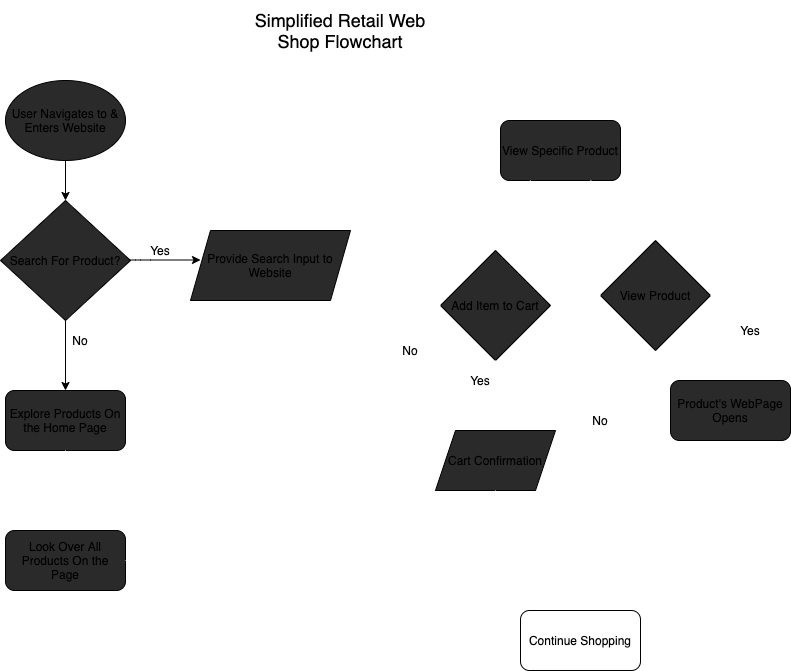
Earlier version of the draw.io export part2/part2.drawio.png (aksharans/sp21-cse110-lab4). Source tidied: cells renumbered, new cells last; positions are measured from the earlier drawing's top-left corner, leaving out a move shared by most shapes. Its diagram source:
```xml
<mxGraphModel>
  <root>
    <mxCell id="0" />
    <mxCell id="1" parent="0" />
    <mxCell id="2" value="&lt;font style=&quot;font-size: 18px&quot;&gt;Simplified Retail Web Shop Flowchart&lt;/font&gt;" style="text;html=1;strokeColor=none;fillColor=none;align=center;verticalAlign=middle;whiteSpace=wrap;rounded=0;" parent="1" vertex="1">
      <mxGeometry x="250" width="180" height="60" as="geometry" />
    </mxCell>
    <mxCell id="3" value="User Navigates to &amp;amp; Enters Website" style="ellipse;whiteSpace=wrap;html=1;fillColor=#2A2A2A;" parent="1" vertex="1">
      <mxGeometry x="5" y="80" width="120" height="80" as="geometry" />
    </mxCell>
    <mxCell id="4" value="Search For Product?" style="rhombus;whiteSpace=wrap;html=1;fillColor=#2A2A2A;" parent="1" vertex="1">
      <mxGeometry y="200" width="130" height="120" as="geometry" />
    </mxCell>
    <mxCell id="5" style="endArrow=classic;html=1;" parent="1" edge="1">
      <mxGeometry relative="1" as="geometry">
        <mxPoint x="130" y="259.5" as="sourcePoint" />
        <mxPoint x="200" y="259.5" as="targetPoint" />
        <Array as="points">
          <mxPoint x="140" y="259.5" />
        </Array>
      </mxGeometry>
    </mxCell>
    <mxCell id="6" style="endArrow=classic;html=1;exitX=0.5;exitY=1;exitDx=0;exitDy=0;" parent="1" edge="1" source="3" target="4">
      <mxGeometry relative="1" as="geometry" />
    </mxCell>
    <mxCell id="7" style="endArrow=classic;html=1;exitX=0.5;exitY=1;exitDx=0;exitDy=0;entryX=0.5;entryY=0;entryDx=0;entryDy=0;" parent="1" edge="1" source="4" target="12">
      <mxGeometry relative="1" as="geometry" />
    </mxCell>
    <mxCell id="8" value="Yes" style="text;html=1;strokeColor=none;fillColor=none;align=center;verticalAlign=middle;whiteSpace=wrap;rounded=0;" parent="1" vertex="1">
      <mxGeometry x="140" y="240" width="40" height="20" as="geometry" />
    </mxCell>
    <mxCell id="9" value="No" style="text;html=1;strokeColor=none;fillColor=none;align=center;verticalAlign=middle;whiteSpace=wrap;rounded=0;" parent="1" vertex="1">
      <mxGeometry x="60" y="330" width="40" height="20" as="geometry" />
    </mxCell>
    <mxCell id="10" style="endArrow=classic;html=1;entryX=1;entryY=0;entryDx=0;entryDy=0;exitX=0.5;exitY=1;exitDx=0;exitDy=0;strokeColor=#FFFFFF;" parent="1" edge="1" source="13" target="11">
      <mxGeometry relative="1" as="geometry" />
    </mxCell>
    <mxCell id="11" value="Look Over All Products On the Page" style="rounded=1;whiteSpace=wrap;html=1;fillColor=#2A2A2A;" parent="1" vertex="1">
      <mxGeometry x="5" y="530" width="120" height="60" as="geometry" />
    </mxCell>
    <mxCell id="12" value="Explore Products On the Home Page" style="rounded=1;whiteSpace=wrap;html=1;fillColor=#2A2A2A;" parent="1" vertex="1">
      <mxGeometry x="5" y="390" width="120" height="60" as="geometry" />
    </mxCell>
    <mxCell id="13" value="&lt;span&gt;Provide Search Input to Website&lt;/span&gt;" style="shape=parallelogram;perimeter=parallelogramPerimeter;whiteSpace=wrap;html=1;fixedSize=1;fillColor=#2A2A2A;" parent="1" vertex="1">
      <mxGeometry x="190" y="230" width="160" height="70" as="geometry" />
    </mxCell>
    <mxCell id="14" style="endArrow=classic;html=1;strokeColor=#FFFFFF;exitX=0.5;exitY=1;exitDx=0;exitDy=0;entryX=0.5;entryY=0;entryDx=0;entryDy=0;" parent="1" edge="1" source="12" target="11">
      <mxGeometry relative="1" as="geometry" />
    </mxCell>
    <mxCell id="15" style="endArrow=classic;html=1;strokeColor=#FFFFFF;exitX=1;exitY=0.5;exitDx=0;exitDy=0;entryX=0;entryY=0.5;entryDx=0;entryDy=0;" parent="1" edge="1" source="11" target="16">
      <mxGeometry relative="1" as="geometry">
        <Array as="points">
          <mxPoint x="370" y="560" />
          <mxPoint x="370" y="150" />
        </Array>
      </mxGeometry>
    </mxCell>
    <mxCell id="16" value="View Specific Product" style="rounded=1;whiteSpace=wrap;html=1;fillColor=#2A2A2A;" parent="1" vertex="1">
      <mxGeometry x="500" y="120" width="120" height="60" as="geometry" />
    </mxCell>
    <mxCell id="17" value="Add Item to Cart" style="rhombus;whiteSpace=wrap;html=1;fillColor=#2A2A2A;" parent="1" vertex="1">
      <mxGeometry x="440" y="250" width="110" height="110" as="geometry" />
    </mxCell>
    <mxCell id="18" value="View Product" style="rhombus;whiteSpace=wrap;html=1;fillColor=#2A2A2A;" parent="1" vertex="1">
      <mxGeometry x="600" y="240" width="110" height="110" as="geometry" />
    </mxCell>
    <mxCell id="19" style="endArrow=classic;html=1;strokeColor=#FFFFFF;exitX=0.25;exitY=1;exitDx=0;exitDy=0;entryX=0.5;entryY=0;entryDx=0;entryDy=0;" parent="1" edge="1" source="16" target="17">
      <mxGeometry relative="1" as="geometry" />
    </mxCell>
    <mxCell id="20" style="endArrow=classic;html=1;strokeColor=#FFFFFF;entryX=0.5;entryY=0;entryDx=0;entryDy=0;exitX=0.75;exitY=1;exitDx=0;exitDy=0;" parent="1" edge="1" source="16" target="18">
      <mxGeometry relative="1" as="geometry" />
    </mxCell>
    <mxCell id="21" style="endArrow=classic;html=1;strokeColor=#FFFFFF;exitX=0.5;exitY=1;exitDx=0;exitDy=0;" parent="1" edge="1" source="17">
      <mxGeometry relative="1" as="geometry">
        <mxPoint x="495" y="430" as="targetPoint" />
      </mxGeometry>
    </mxCell>
    <mxCell id="22" value="No" style="text;html=1;strokeColor=none;fillColor=none;align=center;verticalAlign=middle;whiteSpace=wrap;rounded=0;" parent="1" vertex="1">
      <mxGeometry x="390" y="340" width="40" height="20" as="geometry" />
    </mxCell>
    <mxCell id="23" value="Yes" style="text;html=1;strokeColor=none;fillColor=none;align=center;verticalAlign=middle;whiteSpace=wrap;rounded=0;" parent="1" vertex="1">
      <mxGeometry x="460" y="370" width="40" height="20" as="geometry" />
    </mxCell>
    <mxCell id="24" value="Product's WebPage Opens" style="rounded=1;whiteSpace=wrap;html=1;fillColor=#2A2A2A;" parent="1" vertex="1">
      <mxGeometry x="670" y="380" width="120" height="60" as="geometry" />
    </mxCell>
    <mxCell id="25" style="endArrow=classic;html=1;strokeColor=#FFFFFF;exitX=1;exitY=0.5;exitDx=0;exitDy=0;entryX=0.5;entryY=0;entryDx=0;entryDy=0;" parent="1" edge="1" source="18" target="24">
      <mxGeometry relative="1" as="geometry">
        <Array as="points">
          <mxPoint x="730" y="295" />
        </Array>
      </mxGeometry>
    </mxCell>
    <mxCell id="26" value="Yes" style="text;html=1;strokeColor=none;fillColor=none;align=center;verticalAlign=middle;whiteSpace=wrap;rounded=0;" parent="1" vertex="1">
      <mxGeometry x="730" y="320" width="40" height="20" as="geometry" />
    </mxCell>
    <mxCell id="27" value="No" style="text;html=1;strokeColor=none;fillColor=none;align=center;verticalAlign=middle;whiteSpace=wrap;rounded=0;" parent="1" vertex="1">
      <mxGeometry x="580" y="410" width="40" height="20" as="geometry" />
    </mxCell>
    <mxCell id="28" style="endArrow=classic;html=1;strokeColor=#FFFFFF;exitX=0;exitY=0.5;exitDx=0;exitDy=0;" parent="1" edge="1" source="18" target="29">
      <mxGeometry relative="1" as="geometry">
        <Array as="points">
          <mxPoint x="580" y="295" />
        </Array>
      </mxGeometry>
    </mxCell>
    <mxCell id="29" value="Continue Shopping" style="rounded=1;whiteSpace=wrap;html=1;" parent="1" vertex="1">
      <mxGeometry x="520" y="610" width="120" height="60" as="geometry" />
    </mxCell>
    <mxCell id="30" value="Cart Confirmation" style="shape=parallelogram;perimeter=parallelogramPerimeter;whiteSpace=wrap;html=1;fixedSize=1;fillColor=#2A2A2A;" parent="1" vertex="1">
      <mxGeometry x="435" y="430" width="120" height="60" as="geometry" />
    </mxCell>
    <mxCell id="31" style="endArrow=classic;html=1;strokeColor=#FFFFFF;exitX=0;exitY=0.5;exitDx=0;exitDy=0;entryX=0;entryY=0.5;entryDx=0;entryDy=0;" parent="1" edge="1" source="17" target="29">
      <mxGeometry relative="1" as="geometry">
        <Array as="points">
          <mxPoint x="420" y="305" />
          <mxPoint x="420" y="640" />
        </Array>
      </mxGeometry>
    </mxCell>
    <mxCell id="32" style="endArrow=classic;html=1;strokeColor=#FFFFFF;exitX=0.5;exitY=1;exitDx=0;exitDy=0;entryX=0.25;entryY=0;entryDx=0;entryDy=0;" parent="1" edge="1" source="30" target="29">
      <mxGeometry relative="1" as="geometry">
        <Array as="points">
          <mxPoint x="495" y="560" />
          <mxPoint x="550" y="560" />
        </Array>
      </mxGeometry>
    </mxCell>
  </root>
</mxGraphModel>
```
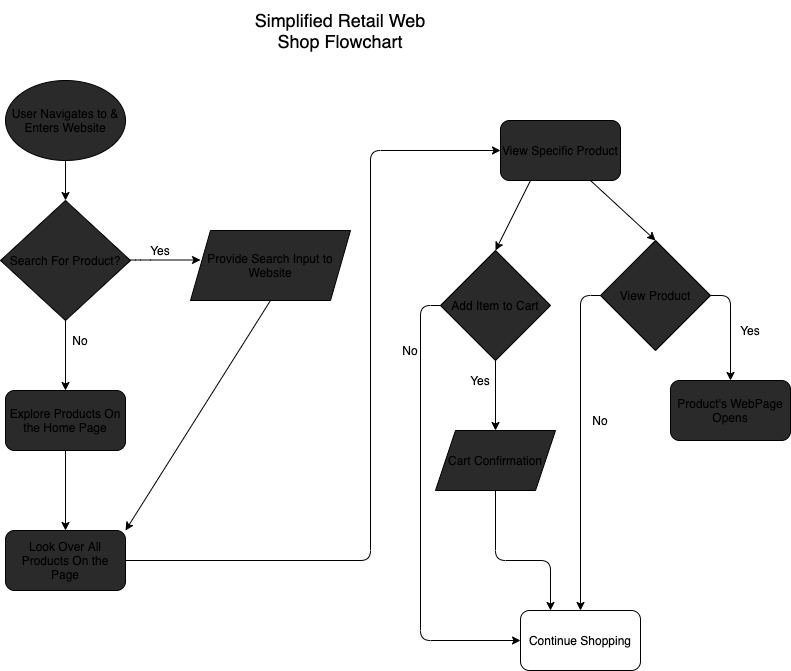
Later version of the same file.

What changed in the source:
```diff
@@ -1,8 +1,8 @@
-<mxGraphModel>
+<mxGraphModel background="#FFFFFF">
   <root>
     <mxCell id="0" />
     <mxCell id="1" parent="0" />
-    <mxCell id="2" value="&lt;font style=&quot;font-size: 18px&quot;&gt;Simplified Retail Web Shop Flowchart&lt;/font&gt;" style="text;html=1;strokeColor=none;fillColor=none;align=center;verticalAlign=middle;whiteSpace=wrap;rounded=0;" parent="1" vertex="1">
+    <mxCell id="2" value="&lt;font style=&quot;font-size: 18px&quot; color=&quot;#000000&quot;&gt;Simplified Retail Web Shop Flowchart&lt;/font&gt;" style="text;html=1;strokeColor=none;fillColor=none;align=center;verticalAlign=middle;whiteSpace=wrap;rounded=0;" parent="1" vertex="1">
       <mxGeometry x="250" width="180" height="60" as="geometry" />
     </mxCell>
     <mxCell id="3" value="User Navigates to &amp;amp; Enters Website" style="ellipse;whiteSpace=wrap;html=1;fillColor=#2A2A2A;" parent="1" vertex="1">
@@ -11,7 +11,7 @@
     <mxCell id="4" value="Search For Product?" style="rhombus;whiteSpace=wrap;html=1;fillColor=#2A2A2A;" parent="1" vertex="1">
       <mxGeometry y="200" width="130" height="120" as="geometry" />
     </mxCell>
-    <mxCell id="5" style="endArrow=classic;html=1;" parent="1" edge="1">
+    <mxCell id="5" style="endArrow=classic;html=1;strokeColor=#000000;" parent="1" edge="1">
       <mxGeometry relative="1" as="geometry">
         <mxPoint x="130" y="259.5" as="sourcePoint" />
         <mxPoint x="200" y="259.5" as="targetPoint" />
@@ -20,19 +20,19 @@
         </Array>
       </mxGeometry>
     </mxCell>
-    <mxCell id="6" style="endArrow=classic;html=1;exitX=0.5;exitY=1;exitDx=0;exitDy=0;" parent="1" edge="1" source="3" target="4">
+    <mxCell id="6" style="endArrow=classic;html=1;exitX=0.5;exitY=1;exitDx=0;exitDy=0;strokeColor=#000000;" parent="1" edge="1" source="3" target="4">
       <mxGeometry relative="1" as="geometry" />
     </mxCell>
-    <mxCell id="7" style="endArrow=classic;html=1;exitX=0.5;exitY=1;exitDx=0;exitDy=0;entryX=0.5;entryY=0;entryDx=0;entryDy=0;" parent="1" edge="1" source="4" target="12">
+    <mxCell id="7" style="endArrow=classic;html=1;exitX=0.5;exitY=1;exitDx=0;exitDy=0;entryX=0.5;entryY=0;entryDx=0;entryDy=0;strokeColor=#000000;" parent="1" edge="1" source="4" target="12">
       <mxGeometry relative="1" as="geometry" />
     </mxCell>
-    <mxCell id="8" value="Yes" style="text;html=1;strokeColor=none;fillColor=none;align=center;verticalAlign=middle;whiteSpace=wrap;rounded=0;" parent="1" vertex="1">
+    <mxCell id="8" value="&lt;font color=&quot;#000000&quot;&gt;Yes&lt;/font&gt;" style="text;html=1;strokeColor=none;fillColor=none;align=center;verticalAlign=middle;whiteSpace=wrap;rounded=0;" parent="1" vertex="1">
       <mxGeometry x="140" y="240" width="40" height="20" as="geometry" />
     </mxCell>
-    <mxCell id="9" value="No" style="text;html=1;strokeColor=none;fillColor=none;align=center;verticalAlign=middle;whiteSpace=wrap;rounded=0;" parent="1" vertex="1">
+    <mxCell id="9" value="&lt;font color=&quot;#000000&quot;&gt;No&lt;/font&gt;" style="text;html=1;strokeColor=none;fillColor=none;align=center;verticalAlign=middle;whiteSpace=wrap;rounded=0;" parent="1" vertex="1">
       <mxGeometry x="60" y="330" width="40" height="20" as="geometry" />
     </mxCell>
-    <mxCell id="10" style="endArrow=classic;html=1;entryX=1;entryY=0;entryDx=0;entryDy=0;exitX=0.5;exitY=1;exitDx=0;exitDy=0;strokeColor=#FFFFFF;" parent="1" edge="1" source="13" target="11">
+    <mxCell id="10" style="endArrow=classic;html=1;entryX=1;entryY=0;entryDx=0;entryDy=0;exitX=0.5;exitY=1;exitDx=0;exitDy=0;strokeColor=#000000;" parent="1" edge="1" source="13" target="11">
       <mxGeometry relative="1" as="geometry" />
     </mxCell>
     <mxCell id="11" value="Look Over All Products On the Page" style="rounded=1;whiteSpace=wrap;html=1;fillColor=#2A2A2A;" parent="1" vertex="1">
@@ -44,10 +44,10 @@
     <mxCell id="13" value="&lt;span&gt;Provide Search Input to Website&lt;/span&gt;" style="shape=parallelogram;perimeter=parallelogramPerimeter;whiteSpace=wrap;html=1;fixedSize=1;fillColor=#2A2A2A;" parent="1" vertex="1">
       <mxGeometry x="190" y="230" width="160" height="70" as="geometry" />
     </mxCell>
-    <mxCell id="14" style="endArrow=classic;html=1;strokeColor=#FFFFFF;exitX=0.5;exitY=1;exitDx=0;exitDy=0;entryX=0.5;entryY=0;entryDx=0;entryDy=0;" parent="1" edge="1" source="12" target="11">
+    <mxCell id="14" style="endArrow=classic;html=1;exitX=0.5;exitY=1;exitDx=0;exitDy=0;entryX=0.5;entryY=0;entryDx=0;entryDy=0;strokeColor=#000000;" parent="1" edge="1" source="12" target="11">
       <mxGeometry relative="1" as="geometry" />
     </mxCell>
-    <mxCell id="15" style="endArrow=classic;html=1;strokeColor=#FFFFFF;exitX=1;exitY=0.5;exitDx=0;exitDy=0;entryX=0;entryY=0.5;entryDx=0;entryDy=0;" parent="1" edge="1" source="11" target="16">
+    <mxCell id="15" style="endArrow=classic;html=1;exitX=1;exitY=0.5;exitDx=0;exitDy=0;entryX=0;entryY=0.5;entryDx=0;entryDy=0;strokeColor=#000000;" parent="1" edge="1" source="11" target="16">
       <mxGeometry relative="1" as="geometry">
         <Array as="points">
           <mxPoint x="370" y="560" />
@@ -64,40 +64,40 @@
     <mxCell id="18" value="View Product" style="rhombus;whiteSpace=wrap;html=1;fillColor=#2A2A2A;" parent="1" vertex="1">
       <mxGeometry x="600" y="240" width="110" height="110" as="geometry" />
     </mxCell>
-    <mxCell id="19" style="endArrow=classic;html=1;strokeColor=#FFFFFF;exitX=0.25;exitY=1;exitDx=0;exitDy=0;entryX=0.5;entryY=0;entryDx=0;entryDy=0;" parent="1" edge="1" source="16" target="17">
+    <mxCell id="19" style="endArrow=classic;html=1;exitX=0.25;exitY=1;exitDx=0;exitDy=0;entryX=0.5;entryY=0;entryDx=0;entryDy=0;strokeColor=#000000;" parent="1" edge="1" source="16" target="17">
       <mxGeometry relative="1" as="geometry" />
     </mxCell>
-    <mxCell id="20" style="endArrow=classic;html=1;strokeColor=#FFFFFF;entryX=0.5;entryY=0;entryDx=0;entryDy=0;exitX=0.75;exitY=1;exitDx=0;exitDy=0;" parent="1" edge="1" source="16" target="18">
+    <mxCell id="20" style="endArrow=classic;html=1;entryX=0.5;entryY=0;entryDx=0;entryDy=0;exitX=0.75;exitY=1;exitDx=0;exitDy=0;strokeColor=#000000;" parent="1" edge="1" source="16" target="18">
       <mxGeometry relative="1" as="geometry" />
     </mxCell>
-    <mxCell id="21" style="endArrow=classic;html=1;strokeColor=#FFFFFF;exitX=0.5;exitY=1;exitDx=0;exitDy=0;" parent="1" edge="1" source="17">
+    <mxCell id="21" style="endArrow=classic;html=1;exitX=0.5;exitY=1;exitDx=0;exitDy=0;strokeColor=#000000;" parent="1" edge="1" source="17">
       <mxGeometry relative="1" as="geometry">
         <mxPoint x="495" y="430" as="targetPoint" />
       </mxGeometry>
     </mxCell>
-    <mxCell id="22" value="No" style="text;html=1;strokeColor=none;fillColor=none;align=center;verticalAlign=middle;whiteSpace=wrap;rounded=0;" parent="1" vertex="1">
+    <mxCell id="22" value="&lt;font color=&quot;#000000&quot;&gt;No&lt;/font&gt;" style="text;html=1;strokeColor=none;fillColor=none;align=center;verticalAlign=middle;whiteSpace=wrap;rounded=0;" parent="1" vertex="1">
       <mxGeometry x="390" y="340" width="40" height="20" as="geometry" />
     </mxCell>
-    <mxCell id="23" value="Yes" style="text;html=1;strokeColor=none;fillColor=none;align=center;verticalAlign=middle;whiteSpace=wrap;rounded=0;" parent="1" vertex="1">
+    <mxCell id="23" value="&lt;font color=&quot;#000000&quot;&gt;Yes&lt;/font&gt;" style="text;html=1;strokeColor=none;fillColor=none;align=center;verticalAlign=middle;whiteSpace=wrap;rounded=0;" parent="1" vertex="1">
       <mxGeometry x="460" y="370" width="40" height="20" as="geometry" />
     </mxCell>
     <mxCell id="24" value="Product's WebPage Opens" style="rounded=1;whiteSpace=wrap;html=1;fillColor=#2A2A2A;" parent="1" vertex="1">
       <mxGeometry x="670" y="380" width="120" height="60" as="geometry" />
     </mxCell>
-    <mxCell id="25" style="endArrow=classic;html=1;strokeColor=#FFFFFF;exitX=1;exitY=0.5;exitDx=0;exitDy=0;entryX=0.5;entryY=0;entryDx=0;entryDy=0;" parent="1" edge="1" source="18" target="24">
+    <mxCell id="25" style="endArrow=classic;html=1;exitX=1;exitY=0.5;exitDx=0;exitDy=0;entryX=0.5;entryY=0;entryDx=0;entryDy=0;strokeColor=#000000;" parent="1" edge="1" source="18" target="24">
       <mxGeometry relative="1" as="geometry">
         <Array as="points">
           <mxPoint x="730" y="295" />
         </Array>
       </mxGeometry>
     </mxCell>
-    <mxCell id="26" value="Yes" style="text;html=1;strokeColor=none;fillColor=none;align=center;verticalAlign=middle;whiteSpace=wrap;rounded=0;" parent="1" vertex="1">
+    <mxCell id="26" value="&lt;font color=&quot;#000000&quot;&gt;Yes&lt;/font&gt;" style="text;html=1;strokeColor=none;fillColor=none;align=center;verticalAlign=middle;whiteSpace=wrap;rounded=0;" parent="1" vertex="1">
       <mxGeometry x="730" y="320" width="40" height="20" as="geometry" />
     </mxCell>
-    <mxCell id="27" value="No" style="text;html=1;strokeColor=none;fillColor=none;align=center;verticalAlign=middle;whiteSpace=wrap;rounded=0;" parent="1" vertex="1">
+    <mxCell id="27" value="&lt;font color=&quot;#000000&quot;&gt;No&lt;/font&gt;" style="text;html=1;strokeColor=none;fillColor=none;align=center;verticalAlign=middle;whiteSpace=wrap;rounded=0;" parent="1" vertex="1">
       <mxGeometry x="580" y="410" width="40" height="20" as="geometry" />
     </mxCell>
-    <mxCell id="28" style="endArrow=classic;html=1;strokeColor=#FFFFFF;exitX=0;exitY=0.5;exitDx=0;exitDy=0;" parent="1" edge="1" source="18" target="29">
+    <mxCell id="28" style="endArrow=classic;html=1;exitX=0;exitY=0.5;exitDx=0;exitDy=0;strokeColor=#000000;" parent="1" edge="1" source="18" target="29">
       <mxGeometry relative="1" as="geometry">
         <Array as="points">
           <mxPoint x="580" y="295" />
@@ -110,7 +110,7 @@
     <mxCell id="30" value="Cart Confirmation" style="shape=parallelogram;perimeter=parallelogramPerimeter;whiteSpace=wrap;html=1;fixedSize=1;fillColor=#2A2A2A;" parent="1" vertex="1">
       <mxGeometry x="435" y="430" width="120" height="60" as="geometry" />
     </mxCell>
-    <mxCell id="31" style="endArrow=classic;html=1;strokeColor=#FFFFFF;exitX=0;exitY=0.5;exitDx=0;exitDy=0;entryX=0;entryY=0.5;entryDx=0;entryDy=0;" parent="1" edge="1" source="17" target="29">
+    <mxCell id="31" style="endArrow=classic;html=1;exitX=0;exitY=0.5;exitDx=0;exitDy=0;entryX=0;entryY=0.5;entryDx=0;entryDy=0;strokeColor=#000000;" parent="1" edge="1" source="17" target="29">
       <mxGeometry relative="1" as="geometry">
         <Array as="points">
           <mxPoint x="420" y="305" />
@@ -118,7 +118,7 @@
         </Array>
       </mxGeometry>
     </mxCell>
-    <mxCell id="32" style="endArrow=classic;html=1;strokeColor=#FFFFFF;exitX=0.5;exitY=1;exitDx=0;exitDy=0;entryX=0.25;entryY=0;entryDx=0;entryDy=0;" parent="1" edge="1" source="30" target="29">
+    <mxCell id="32" style="endArrow=classic;html=1;exitX=0.5;exitY=1;exitDx=0;exitDy=0;entryX=0.25;entryY=0;entryDx=0;entryDy=0;strokeColor=#000000;" parent="1" edge="1" source="30" target="29">
       <mxGeometry relative="1" as="geometry">
         <Array as="points">
           <mxPoint x="495" y="560" />
```
